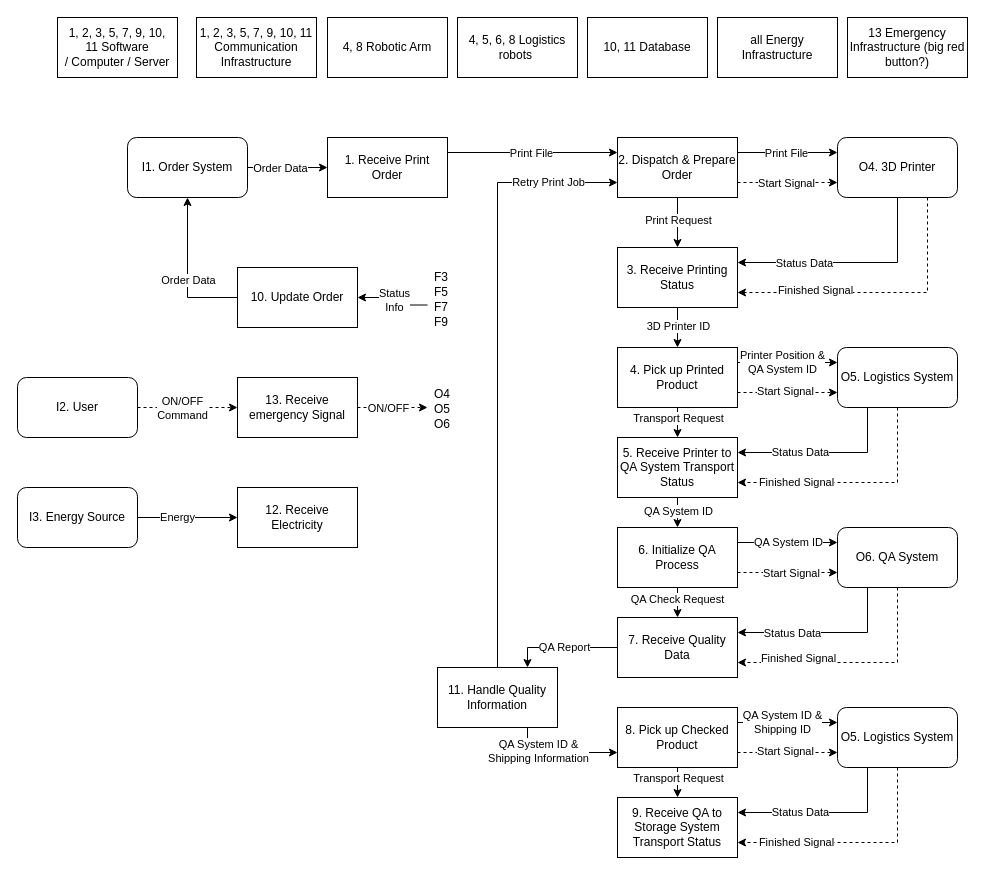
This is diagrams/MES_FBD.drawio from SystemEngineeringWS24-25/3d-printing-production-system, a draw.io file, before an edit. Source tidied: cells renumbered, new cells numbered last; positions are measured from the earlier drawing's top-left corner, leaving out a move shared by most shapes. Both pictures are drawn from the tidied source at 100%, with x=0, y=0 at pixel (17, 17).
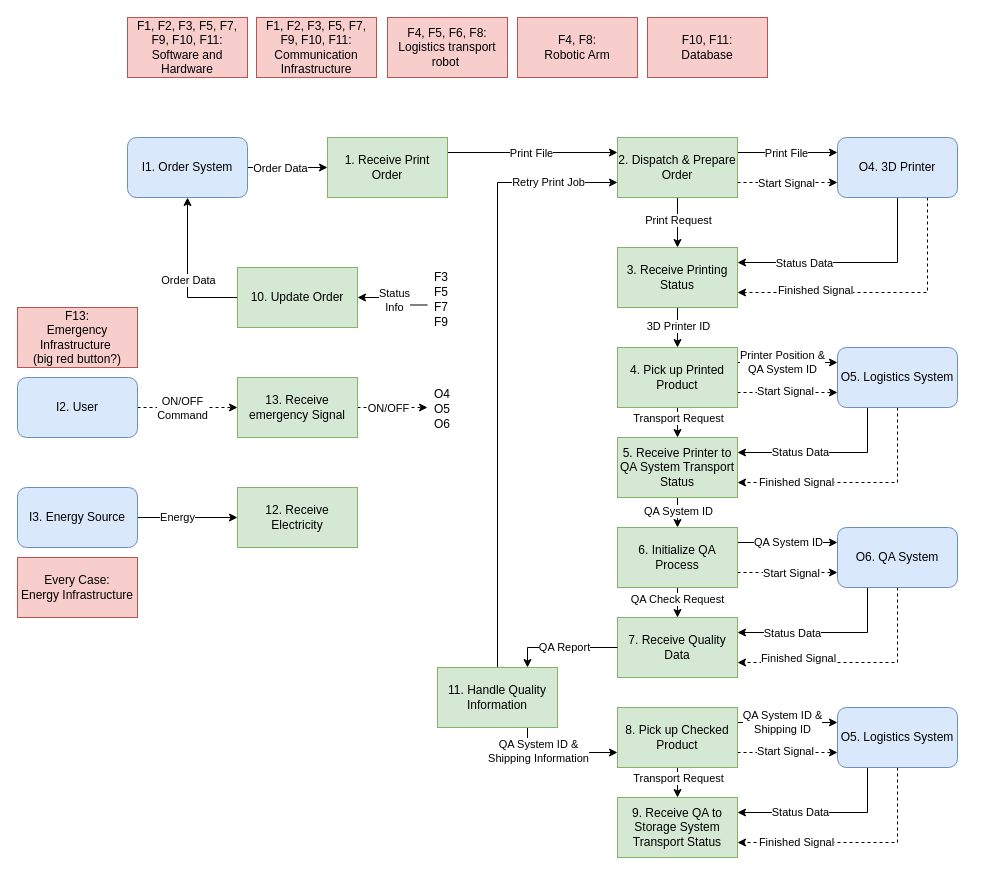
The same page after the edit.

The edit, as a diff of the source:
```diff
@@
-    <mxCell id="4" value="I2. User" style="rounded=1;whiteSpace=wrap;html=1;" parent="1" vertex="1">
+    <mxCell id="4" value="I2. User" style="rounded=1;whiteSpace=wrap;html=1;fillColor=#dae8fc;strokeColor=#6c8ebf;" parent="1" vertex="1">
       <mxGeometry y="360" width="120" height="60" as="geometry" />
     </mxCell>
@@
-    <mxCell id="7" value="I3. Energy Source" style="rounded=1;whiteSpace=wrap;html=1;" parent="1" vertex="1">
+    <mxCell id="7" value="I3. Energy Source" style="rounded=1;whiteSpace=wrap;html=1;fillColor=#dae8fc;strokeColor=#6c8ebf;" parent="1" vertex="1">
       <mxGeometry y="470" width="120" height="60" as="geometry" />
     </mxCell>
@@
-    <mxCell id="10" value="I1. Order System" style="rounded=1;whiteSpace=wrap;html=1;" parent="1" vertex="1">
+    <mxCell id="10" value="I1. Order System" style="rounded=1;whiteSpace=wrap;html=1;fillColor=#dae8fc;strokeColor=#6c8ebf;" parent="1" vertex="1">
       <mxGeometry x="110" y="120" width="120" height="60" as="geometry" />
     </mxCell>
@@
-    <mxCell id="15" value="O5. Logistics System" style="rounded=1;whiteSpace=wrap;html=1;" parent="1" vertex="1">
+    <mxCell id="15" value="O5. Logistics System" style="rounded=1;whiteSpace=wrap;html=1;fillColor=#dae8fc;strokeColor=#6c8ebf;" parent="1" vertex="1">
       <mxGeometry x="820" y="330" width="120" height="60" as="geometry" />
     </mxCell>
@@
-    <mxCell id="20" value="O6. QA System" style="rounded=1;whiteSpace=wrap;html=1;" parent="1" vertex="1">
+    <mxCell id="20" value="O6. QA System" style="rounded=1;whiteSpace=wrap;html=1;fillColor=#dae8fc;strokeColor=#6c8ebf;" parent="1" vertex="1">
       <mxGeometry x="820" y="510" width="120" height="60" as="geometry" />
     </mxCell>
@@
-    <mxCell id="25" value="O4. 3D Printer" style="rounded=1;whiteSpace=wrap;html=1;" parent="1" vertex="1">
+    <mxCell id="25" value="O4. 3D Printer" style="rounded=1;whiteSpace=wrap;html=1;fillColor=#dae8fc;strokeColor=#6c8ebf;" parent="1" vertex="1">
       <mxGeometry x="820" y="120" width="120" height="60" as="geometry" />
     </mxCell>
-    <mxCell id="26" value="12. Receive &lt;br&gt;Electricity" style="rounded=0;whiteSpace=wrap;html=1;" parent="1" vertex="1">
+    <mxCell id="26" value="12. Receive &lt;br&gt;Electricity" style="rounded=0;whiteSpace=wrap;html=1;fillColor=#d5e8d4;strokeColor=#82b366;" parent="1" vertex="1">
       <mxGeometry x="220" y="470" width="120" height="60" as="geometry" />
     </mxCell>
@@
-    <mxCell id="29" value="13. Receive emergency Signal" style="rounded=0;whiteSpace=wrap;html=1;" parent="1" vertex="1">
+    <mxCell id="29" value="13. Receive emergency Signal" style="rounded=0;whiteSpace=wrap;html=1;fillColor=#d5e8d4;strokeColor=#82b366;" parent="1" vertex="1">
       <mxGeometry x="220" y="360" width="120" height="60" as="geometry" />
     </mxCell>
@@
-    <mxCell id="32" value="1. Receive Print Order" style="rounded=0;whiteSpace=wrap;html=1;" parent="1" vertex="1">
+    <mxCell id="32" value="1. Receive Print Order" style="rounded=0;whiteSpace=wrap;html=1;fillColor=#d5e8d4;strokeColor=#82b366;" parent="1" vertex="1">
       <mxGeometry x="310" y="120" width="120" height="60" as="geometry" />
     </mxCell>
@@
-    <mxCell id="35" value="3. Receive Printing Status" style="rounded=0;whiteSpace=wrap;html=1;" parent="1" vertex="1">
+    <mxCell id="35" value="3. Receive Printing Status" style="rounded=0;whiteSpace=wrap;html=1;fillColor=#d5e8d4;strokeColor=#82b366;" parent="1" vertex="1">
       <mxGeometry x="600" y="230" width="120" height="60" as="geometry" />
     </mxCell>
@@
-    <mxCell id="42" value="4. Pick up Printed Product" style="rounded=0;whiteSpace=wrap;html=1;" parent="1" vertex="1">
+    <mxCell id="42" value="4. Pick up Printed Product" style="rounded=0;whiteSpace=wrap;html=1;fillColor=#d5e8d4;strokeColor=#82b366;" parent="1" vertex="1">
       <mxGeometry x="600" y="330" width="120" height="60" as="geometry" />
     </mxCell>
-    <mxCell id="43" value="7. Receive Quality Data" style="rounded=0;whiteSpace=wrap;html=1;" parent="1" vertex="1">
+    <mxCell id="43" value="7. Receive Quality Data" style="rounded=0;whiteSpace=wrap;html=1;fillColor=#d5e8d4;strokeColor=#82b366;" parent="1" vertex="1">
       <mxGeometry x="600" y="600" width="120" height="60" as="geometry" />
     </mxCell>
@@
-    <mxCell id="50" value="6. Initialize QA Process" style="rounded=0;whiteSpace=wrap;html=1;" parent="1" vertex="1">
+    <mxCell id="50" value="6. Initialize QA Process" style="rounded=0;whiteSpace=wrap;html=1;fillColor=#d5e8d4;strokeColor=#82b366;" parent="1" vertex="1">
       <mxGeometry x="600" y="510" width="120" height="60" as="geometry" />
     </mxCell>
@@
-    <mxCell id="57" value="2. Dispatch &amp;amp; Prepare Order" style="rounded=0;whiteSpace=wrap;html=1;" parent="1" vertex="1">
+    <mxCell id="57" value="2. Dispatch &amp;amp; Prepare Order" style="rounded=0;whiteSpace=wrap;html=1;fillColor=#d5e8d4;strokeColor=#82b366;" parent="1" vertex="1">
       <mxGeometry x="600" y="120" width="120" height="60" as="geometry" />
     </mxCell>
@@
-    <mxCell id="60" value="5. Receive Printer to QA System Transport Status" style="rounded=0;whiteSpace=wrap;html=1;" parent="1" vertex="1">
+    <mxCell id="60" value="5. Receive Printer to QA System Transport Status" style="rounded=0;whiteSpace=wrap;html=1;fillColor=#d5e8d4;strokeColor=#82b366;" parent="1" vertex="1">
       <mxGeometry x="600" y="420" width="120" height="60" as="geometry" />
     </mxCell>
@@
-    <mxCell id="65" value="O5. Logistics System" style="rounded=1;whiteSpace=wrap;html=1;" parent="1" vertex="1">
+    <mxCell id="65" value="O5. Logistics System" style="rounded=1;whiteSpace=wrap;html=1;fillColor=#dae8fc;strokeColor=#6c8ebf;" parent="1" vertex="1">
       <mxGeometry x="820" y="690" width="120" height="60" as="geometry" />
     </mxCell>
@@
-    <mxCell id="72" value="8. Pick up Checked Product" style="rounded=0;whiteSpace=wrap;html=1;" parent="1" vertex="1">
+    <mxCell id="72" value="8. Pick up Checked Product" style="rounded=0;whiteSpace=wrap;html=1;fillColor=#d5e8d4;strokeColor=#82b366;" parent="1" vertex="1">
       <mxGeometry x="600" y="690" width="120" height="60" as="geometry" />
     </mxCell>
-    <mxCell id="73" value="9. Receive QA to Storage System Transport Status" style="rounded=0;whiteSpace=wrap;html=1;" parent="1" vertex="1">
+    <mxCell id="73" value="9. Receive QA to Storage System Transport Status" style="rounded=0;whiteSpace=wrap;html=1;fillColor=#d5e8d4;strokeColor=#82b366;" parent="1" vertex="1">
       <mxGeometry x="600" y="780" width="120" height="60" as="geometry" />
     </mxCell>
@@
-    <mxCell id="76" value="10. Update Order" style="rounded=0;whiteSpace=wrap;html=1;" parent="1" vertex="1">
+    <mxCell id="76" value="10. Update Order" style="rounded=0;whiteSpace=wrap;html=1;fillColor=#d5e8d4;strokeColor=#82b366;" parent="1" vertex="1">
       <mxGeometry x="220" y="250" width="120" height="60" as="geometry" />
     </mxCell>
@@
-    <mxCell id="81" value="11. Handle Quality Information" style="rounded=0;whiteSpace=wrap;html=1;" parent="1" vertex="1">
+    <mxCell id="81" value="11. Handle Quality Information" style="rounded=0;whiteSpace=wrap;html=1;fillColor=#d5e8d4;strokeColor=#82b366;" parent="1" vertex="1">
       <mxGeometry x="420" y="650" width="120" height="60" as="geometry" />
     </mxCell>
@@
-    <mxCell id="101" value="1, 2, 3&lt;span style=&quot;background-color: initial;&quot;&gt;, 5, 7, 9, 10, 11&lt;/span&gt;&lt;span style=&quot;background-color: initial;&quot;&gt;&amp;nbsp;Software /&amp;nbsp;&lt;/span&gt;&lt;span style=&quot;background-color: initial;&quot;&gt;Computer / Server&lt;/span&gt;" style="rounded=0;whiteSpace=wrap;html=1;" parent="1" vertex="1">
-      <mxGeometry x="40" width="120" height="60" as="geometry" />
+    <mxCell id="101" value="F1, F2, F3&lt;span style=&quot;background-color: initial;&quot;&gt;, F5, F7, F9, F10, F11:&lt;/span&gt;&lt;div&gt;&lt;span style=&quot;background-color: initial;&quot;&gt;Software and Hardware&lt;/span&gt;&lt;/div&gt;" style="rounded=0;whiteSpace=wrap;html=1;fillColor=#f8cecc;strokeColor=#b85450;" parent="1" vertex="1">
+      <mxGeometry x="110" width="120" height="60" as="geometry" />
     </mxCell>
-    <mxCell id="102" value="1, 2, 3, 5, 7, 9, 10, 11 Communication Infrastructure" style="rounded=0;whiteSpace=wrap;html=1;" parent="1" vertex="1">
-      <mxGeometry x="179" width="120" height="60" as="geometry" />
+    <mxCell id="102" value="F1, F2, F3, F5, F7, F9, F10, F11:&lt;div&gt;Communication Infrastructure&lt;/div&gt;" style="rounded=0;whiteSpace=wrap;html=1;fillColor=#f8cecc;strokeColor=#b85450;" parent="1" vertex="1">
+      <mxGeometry x="239" width="120" height="60" as="geometry" />
     </mxCell>
-    <mxCell id="103" value="4, 8 Robotic Arm" style="rounded=0;whiteSpace=wrap;html=1;" parent="1" vertex="1">
-      <mxGeometry x="310" width="120" height="60" as="geometry" />
+    <mxCell id="103" value="F4, F8:&lt;div&gt;Robotic Arm&lt;/div&gt;" style="rounded=0;whiteSpace=wrap;html=1;fillColor=#f8cecc;strokeColor=#b85450;" parent="1" vertex="1">
+      <mxGeometry x="500" width="120" height="60" as="geometry" />
     </mxCell>
-    <mxCell id="104" value="4, 5, 6, 8 Logistics robots&amp;nbsp;" style="rounded=0;whiteSpace=wrap;html=1;" parent="1" vertex="1">
-      <mxGeometry x="440" width="120" height="60" as="geometry" />
+    <mxCell id="104" value="F4, F5, F6, F8:&lt;div&gt;Logistics transport robot&amp;nbsp;&lt;/div&gt;" style="rounded=0;whiteSpace=wrap;html=1;fillColor=#f8cecc;strokeColor=#b85450;" parent="1" vertex="1">
+      <mxGeometry x="370" width="120" height="60" as="geometry" />
     </mxCell>
-    <mxCell id="105" value="10, 11 Database" style="rounded=0;whiteSpace=wrap;html=1;" parent="1" vertex="1">
-      <mxGeometry x="570" width="120" height="60" as="geometry" />
+    <mxCell id="105" value="F10, F11:&lt;div&gt;Database&lt;/div&gt;" style="rounded=0;whiteSpace=wrap;html=1;fillColor=#f8cecc;strokeColor=#b85450;" parent="1" vertex="1">
+      <mxGeometry x="630" width="120" height="60" as="geometry" />
     </mxCell>
-    <mxCell id="106" value="all&amp;nbsp;Energy Infrastructure" style="rounded=0;whiteSpace=wrap;html=1;" parent="1" vertex="1">
-      <mxGeometry x="700" width="120" height="60" as="geometry" />
+    <mxCell id="106" value="Every Case:&lt;div&gt;Energy Infrastructure&lt;/div&gt;" style="rounded=0;whiteSpace=wrap;html=1;fillColor=#f8cecc;strokeColor=#b85450;" parent="1" vertex="1">
+      <mxGeometry y="540" width="120" height="60" as="geometry" />
     </mxCell>
-    <mxCell id="107" value="13 Emergency Infrastructure (big red button?)" style="rounded=0;whiteSpace=wrap;html=1;" parent="1" vertex="1">
-      <mxGeometry x="830" width="120" height="60" as="geometry" />
+    <mxCell id="107" value="F13:&lt;div&gt;Emergency Infrastructure&amp;nbsp;&lt;/div&gt;&lt;div&gt;(big red button?)&lt;/div&gt;" style="rounded=0;whiteSpace=wrap;html=1;fillColor=#f8cecc;strokeColor=#b85450;" parent="1" vertex="1">
+      <mxGeometry y="290" width="120" height="60" as="geometry" />
     </mxCell>
```
